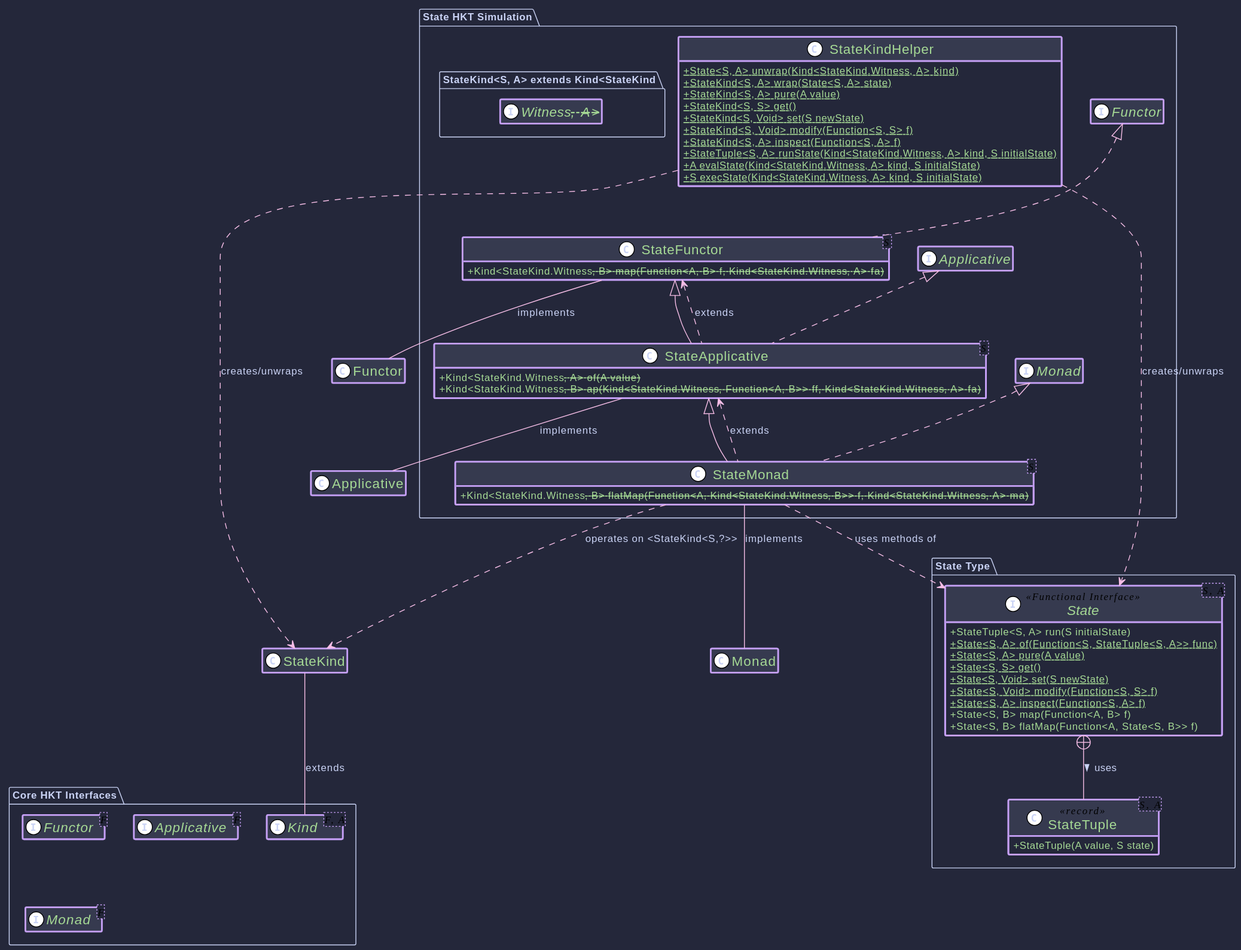
Earlier version of the PlantUML export hkj-book/src/images/puml/state_monad.svg (higher-kinded-j/higher-kinded-j).
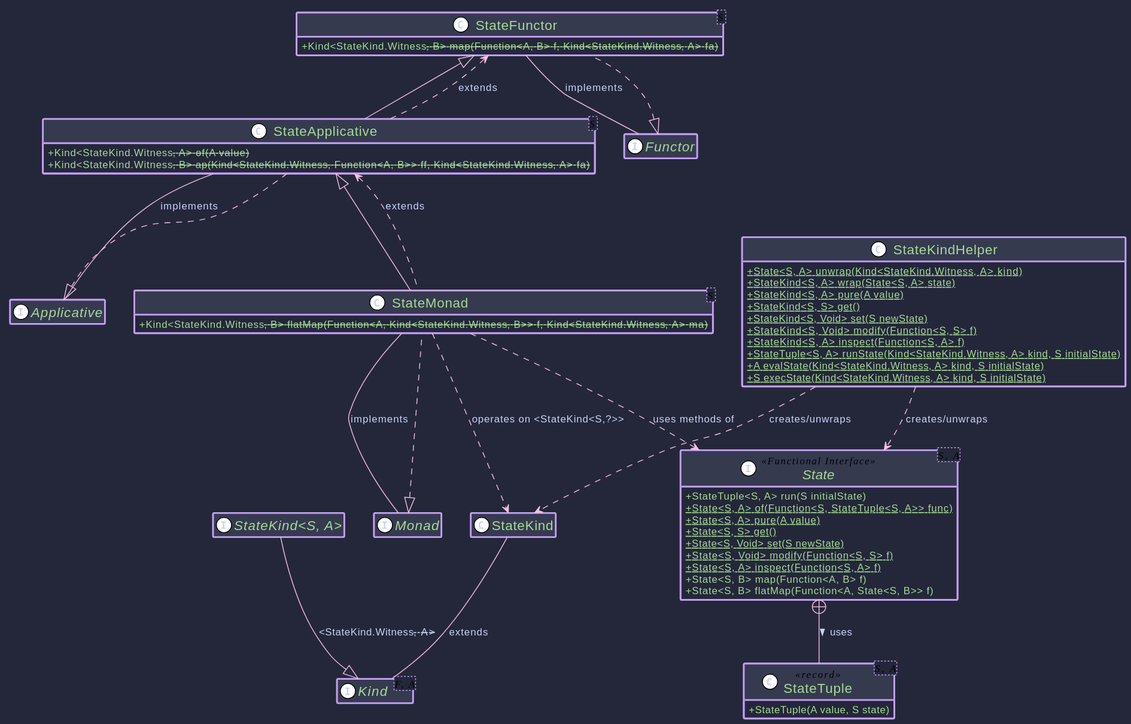
After the commit.

What changed in the source:
```diff
@@ -6,14 +6,9 @@
 skinparam defaultFontName "Roboto, Helvetica"
 hide empty members
 
-package "Core HKT Interfaces" {
     interface Kind<F, A>
-    interface Functor<F>
-    interface Applicative<F>
-    interface Monad<F>
-}
 
-package "State Type" {
+
     interface State<S, A> <<Functional Interface>> {
        + StateTuple<S, A> run(S initialState)
        + {static} State<S, A> of(Function<S, StateTuple<S, A>> func)
@@ -30,10 +25,11 @@
     class StateTuple<S, A> <<record>>  {
       + StateTuple(A value, S state)
     }
-}
 
-package "State HKT Simulation" {
-    interface "StateKind<S, A> extends Kind<StateKind.Witness<S>, A>"
+
+
+    interface "StateKind<S, A>"
+"StateKind<S, A>" --|> Kind : <StateKind.Witness<S>, A>
 
     class StateKindHelper {
       + {static} State<S, A> unwrap(Kind<StateKind.Witness<S>, A> kind)
@@ -58,7 +54,7 @@
     class StateMonad<S> extends StateApplicative<S> implements Monad<StateKind.Witness<S>> {
        + Kind<StateKind.Witness<S>, B> flatMap(Function<A, Kind<StateKind.Witness<S>, B>> f, Kind<StateKind.Witness<S>, A> ma)
     }
-}
+
 
 StateKind -- Kind : extends
 StateFunctor -- Functor : implements
```
